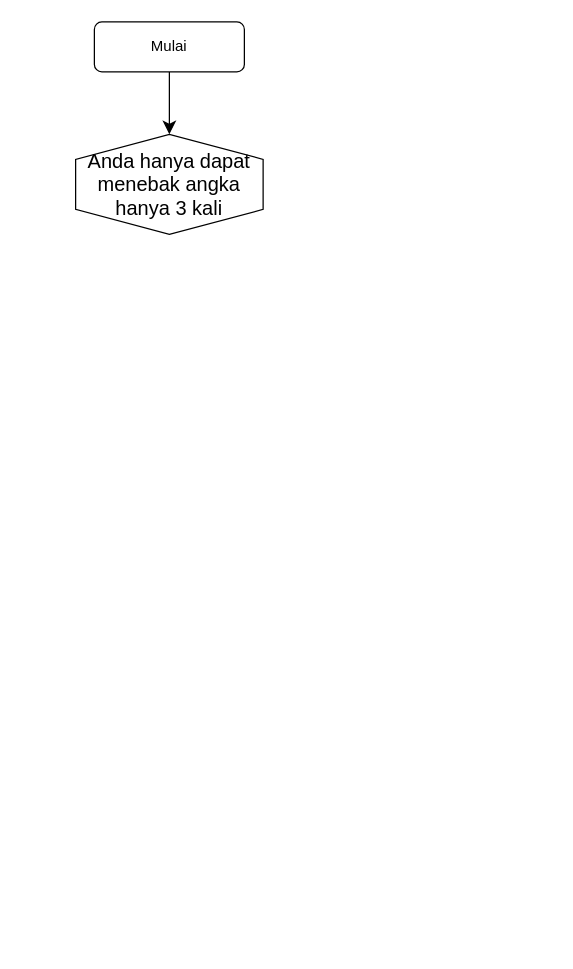
This is Tugas1 Putra Ramadhan (23241091)PTI 1C.drawio from Xnowly/Algo_C_23241091, a draw.io file, before an edit. Source tidied: cells renumbered, new cells numbered last; positions are measured from the earlier drawing's top-left corner, leaving out a move shared by most shapes. Both pictures are drawn from the tidied source at 125%, with x=0, y=0 at pixel (75, 21).
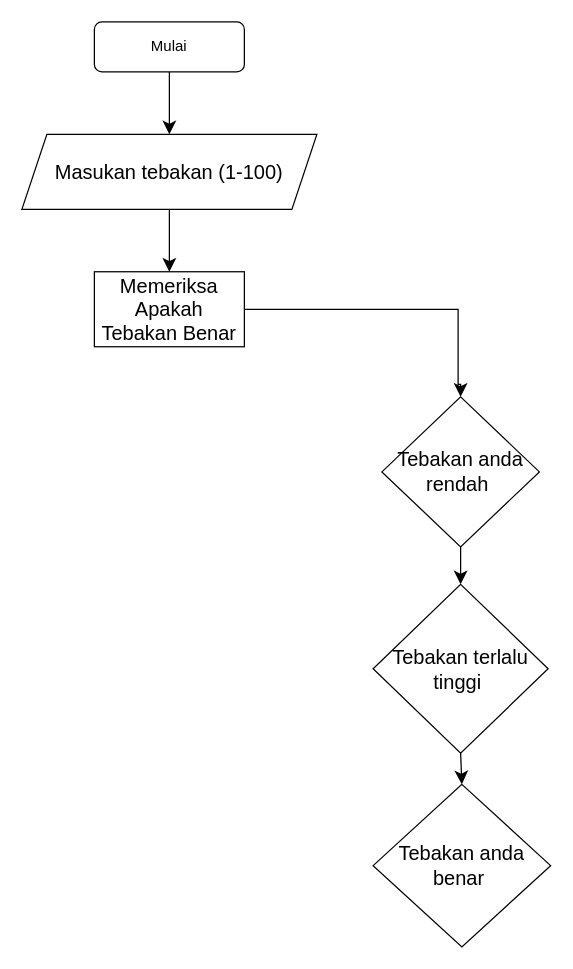
The same diagram, later.

Diff of the diagram source:
```diff
@@
 <mxGraphModel>
   <root>
     <mxCell id="0" />
     <mxCell id="1" parent="0" />
     <mxCell id="2" value="Mulai" style="rounded=1;whiteSpace=wrap;html=1;fontSize=12;glass=0;strokeWidth=1;shadow=0;" parent="1" vertex="1">
       <mxGeometry x="15" width="120" height="40" as="geometry" />
     </mxCell>
-    <mxCell id="3" style="edgeStyle=none;jettySize=auto;html=1;rounded=0;fontSize=12;startSize=8;endSize=8;curved=1;exitX=0.5;exitY=1;exitDx=0;exitDy=0;entryX=0;entryY=0.5;entryDx=0;entryDy=0;" parent="1" edge="1" source="2" target="5">
+    <mxCell id="3" style="edgeStyle=none;jettySize=auto;html=1;rounded=0;fontSize=12;startSize=8;endSize=8;curved=1;exitX=0.5;exitY=1;exitDx=0;exitDy=0;entryX=0.5;entryY=0;entryDx=0;entryDy=0;" parent="1" edge="1" source="2" target="9">
       <mxGeometry relative="1" as="geometry" />
     </mxCell>
     <mxCell id="4" style="edgeStyle=none;curved=1;rounded=0;orthogonalLoop=1;jettySize=auto;html=1;exitX=1;exitY=0;exitDx=0;exitDy=0;fontSize=12;startSize=8;endSize=8;" parent="1" edge="1">
       <mxGeometry relative="1" as="geometry">
         <mxPoint x="100" y="230" as="sourcePoint" />
         <mxPoint x="100" y="230" as="targetPoint" />
       </mxGeometry>
     </mxCell>
-    <mxCell id="5" value="Anda hanya dapat menebak angka hanya 3 kali" style="shape=hexagon;perimeter=hexagonPerimeter2;whiteSpace=wrap;html=1;fixedSize=1;fontSize=16;direction=south;" parent="1" vertex="1">
-      <mxGeometry y="90" width="150" height="80" as="geometry" />
-    </mxCell>
+    <mxCell id="6" value="Memeriksa Apakah Tebakan Benar" style="whiteSpace=wrap;html=1;fontSize=16;" parent="1" vertex="1">
+      <mxGeometry x="15" y="199.9" width="120" height="60" as="geometry" />
+    </mxCell>
+    <mxCell id="7" style="edgeStyle=none;jettySize=auto;html=1;rounded=0;fontSize=12;startSize=8;endSize=8;curved=1;entryX=0.5;entryY=0;entryDx=0;entryDy=0;exitX=0.5;exitY=1;exitDx=0;exitDy=0;" parent="1" edge="1" source="9" target="6">
+      <mxGeometry relative="1" as="geometry" />
+    </mxCell>
+    <mxCell id="8" value="Tebakan anda rendah&amp;nbsp;" style="rhombus;whiteSpace=wrap;html=1;fontSize=16;" parent="1" vertex="1">
+      <mxGeometry x="245" y="300" width="126" height="120" as="geometry" />
+    </mxCell>
+    <mxCell id="9" value="Masukan tebakan (1-100)" style="shape=parallelogram;perimeter=parallelogramPerimeter;whiteSpace=wrap;html=1;fixedSize=1;fontSize=16;" parent="1" vertex="1">
+      <mxGeometry x="-43" y="90" width="236" height="60" as="geometry" />
+    </mxCell>
+    <mxCell id="10" style="edgeStyle=none;jettySize=auto;html=1;rounded=0;fontSize=12;startSize=8;endSize=8;curved=1;exitX=0.5;exitY=1;exitDx=0;exitDy=0;entryX=0.5;entryY=0;entryDx=0;entryDy=0;" parent="1" edge="1" source="8" target="12">
+      <mxGeometry relative="1" as="geometry" />
+    </mxCell>
+    <mxCell id="11" style="edgeStyle=none;curved=1;rounded=0;orthogonalLoop=1;jettySize=auto;html=1;entryX=0.5;entryY=0;entryDx=0;entryDy=0;fontSize=12;startSize=8;endSize=8;" parent="1" edge="1">
+      <mxGeometry relative="1" as="geometry">
+        <mxPoint x="268" y="420" as="sourcePoint" />
+        <mxPoint x="268" y="420" as="targetPoint" />
+      </mxGeometry>
+    </mxCell>
+    <mxCell id="12" value="Tebakan terlalu tinggi&amp;nbsp;" style="rhombus;whiteSpace=wrap;html=1;fontSize=16;" parent="1" vertex="1">
+      <mxGeometry x="238" y="450" width="140" height="135" as="geometry" />
+    </mxCell>
+    <mxCell id="13" style="edgeStyle=none;jettySize=auto;html=1;rounded=0;fontSize=12;startSize=8;endSize=8;curved=1;exitX=0.5;exitY=1;exitDx=0;exitDy=0;entryX=0.5;entryY=0;entryDx=0;entryDy=0;" parent="1" edge="1" source="12" target="14">
+      <mxGeometry relative="1" as="geometry" />
+    </mxCell>
+    <mxCell id="14" value="Tebakan anda benar&amp;nbsp;" style="rhombus;whiteSpace=wrap;html=1;fontSize=16;" parent="1" vertex="1">
+      <mxGeometry x="238" y="610" width="142" height="130" as="geometry" />
+    </mxCell>
+    <mxCell id="15" style="edgeStyle=segmentEdgeStyle;endArrow=classic;html=1;curved=0;rounded=0;endSize=8;startSize=8;sourcePerimeterSpacing=0;targetPerimeterSpacing=0;fontSize=12;entryX=0.5;entryY=0;entryDx=0;entryDy=0;exitX=1;exitY=0.5;exitDx=0;exitDy=0;" parent="1" edge="1" source="6" target="8">
+      <mxGeometry relative="1" as="geometry">
+        <Array as="points">
+          <mxPoint x="306" y="230" />
+          <mxPoint x="306" y="290" />
+        </Array>
+      </mxGeometry>
+    </mxCell>
   </root>
 </mxGraphModel>
```
